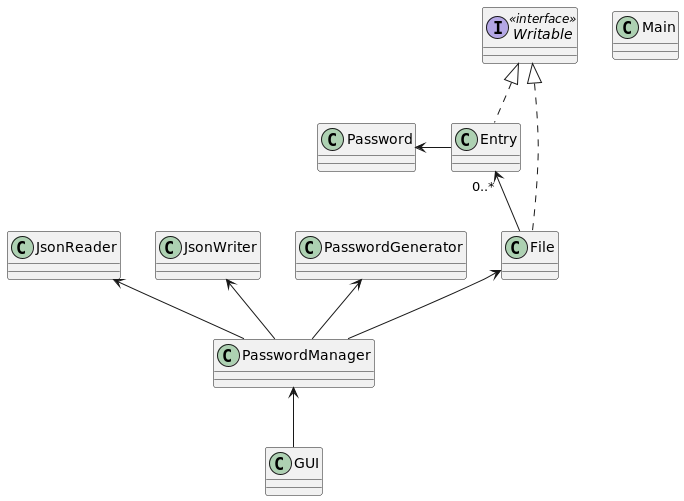
Above: UML_Design_Diagram.png in aaryan-rampal/Password-Manager (PlantUML), before the change.
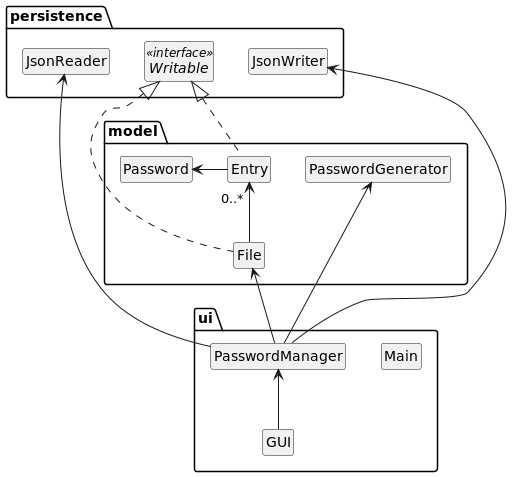
After the change.

Commit message:
Update design diagram

Change to the diagram source:
```diff
@@ -1,18 +1,28 @@
 @startuml
-interface Writable <<interface>>
+
+package model {
 class Entry
 class File
 class Password
+class PasswordGenerator
+}
+package persistence {
 class JsonReader
 class JsonWriter
+interface Writable <<interface>>
+}
+package ui {
 class Main
 class PasswordManager
-class PasswordGenerator
 class GUI
+}
+
+hide members
+hide circle
 
 Password <- Entry
 
-Writable <|.. File
+Writable <|... File
 Writable <|.. Entry
 
 Entry "0..*" <-- File
@@ -23,4 +33,5 @@
 PasswordGenerator <-- PasswordManager
 JsonReader <-- PasswordManager
 JsonWriter <-- PasswordManager
+
 @enduml
```
